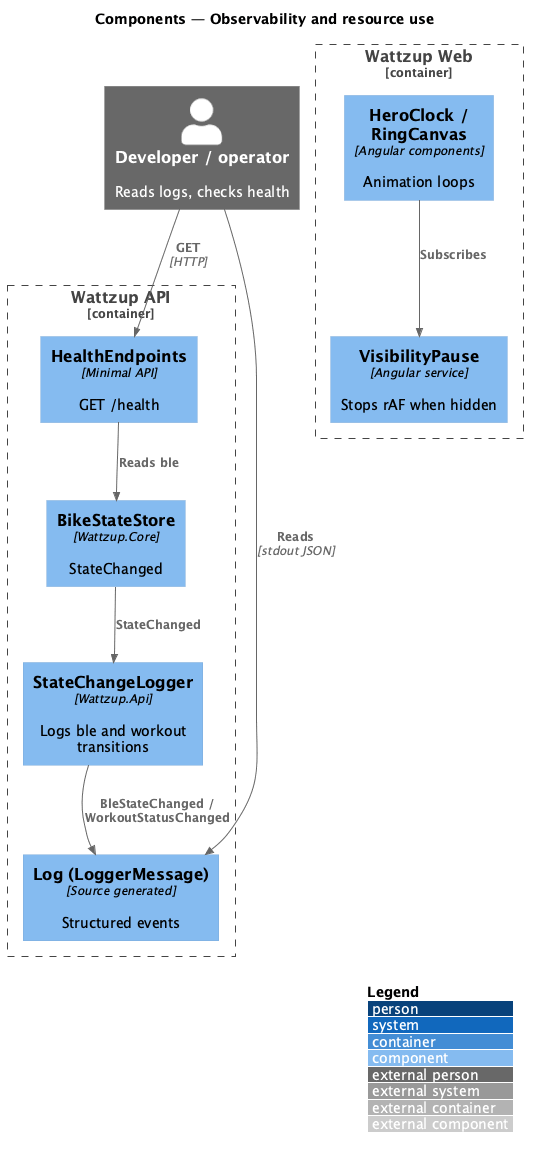
The PlantUML diagram docs/detailed-designs/platform/observability-and-resources/diagrams/c4-component.png in QuinntyneBrown/ride-one, before a commit. Source of this version:
```plantuml
@startuml
!include <C4/C4_Component>
LAYOUT_WITH_LEGEND()
title Components — Observability and resource use

Person_Ext(dev, "Developer / operator", "Reads logs, checks health")
Container_Boundary(api, "Wattzup API") {
  Component(store, "BikeStateStore", "Wattzup.Core", "StateChanged")
  Component(scl, "StateChangeLogger", "Wattzup.Api", "Logs ble and workout transitions")
  Component(log, "Log (LoggerMessage)", "Source generated", "Structured events")
  Component(health, "HealthEndpoints", "Minimal API", "GET /health")
}
Container_Boundary(web, "Wattzup Web") {
  Component(vis, "VisibilityPause", "Angular service", "Stops rAF when hidden")
  Component(anim, "HeroClock / RingCanvas", "Angular components", "Animation loops")
}

Rel(store, scl, "StateChanged")
Rel(scl, log, "BleStateChanged / WorkoutStatusChanged")
Rel(health, store, "Reads ble")
Rel(dev, health, "GET", "HTTP")
Rel(dev, log, "Reads", "stdout JSON")
Rel(anim, vis, "Subscribes")
@enduml
```
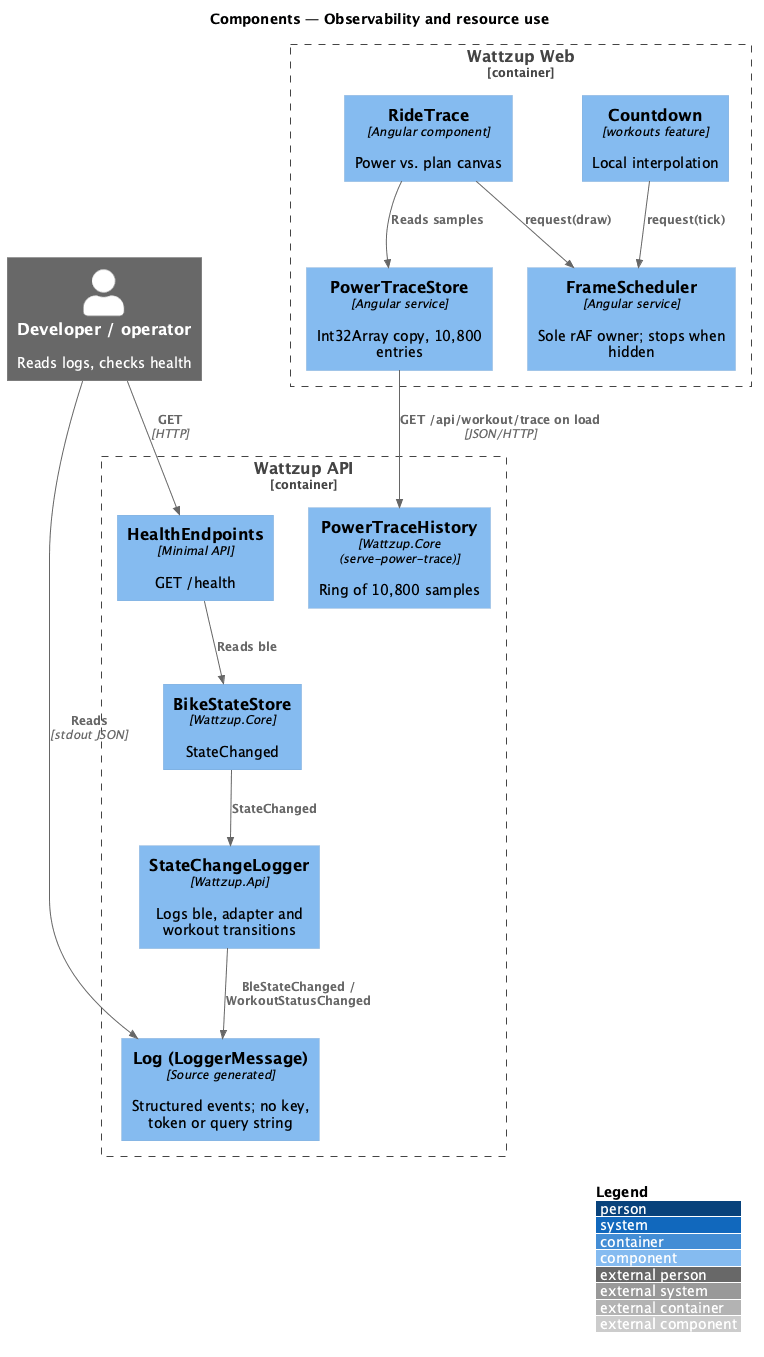
Above is the later version.

Change to the diagram source:
```diff
@@ -6,13 +6,16 @@
 Person_Ext(dev, "Developer / operator", "Reads logs, checks health")
 Container_Boundary(api, "Wattzup API") {
   Component(store, "BikeStateStore", "Wattzup.Core", "StateChanged")
-  Component(scl, "StateChangeLogger", "Wattzup.Api", "Logs ble and workout transitions")
-  Component(log, "Log (LoggerMessage)", "Source generated", "Structured events")
+  Component(scl, "StateChangeLogger", "Wattzup.Api", "Logs ble, adapter and workout transitions")
+  Component(log, "Log (LoggerMessage)", "Source generated", "Structured events; no key, token or query string")
   Component(health, "HealthEndpoints", "Minimal API", "GET /health")
+  Component(hist, "PowerTraceHistory", "Wattzup.Core (serve-power-trace)", "Ring of 10,800 samples")
 }
 Container_Boundary(web, "Wattzup Web") {
-  Component(vis, "VisibilityPause", "Angular service", "Stops rAF when hidden")
-  Component(anim, "HeroClock / RingCanvas", "Angular components", "Animation loops")
+  Component(frames, "FrameScheduler", "Angular service", "Sole rAF owner; stops when hidden")
+  Component(trace, "RideTrace", "Angular component", "Power vs. plan canvas")
+  Component(countdown, "Countdown", "workouts feature", "Local interpolation")
+  Component(pts, "PowerTraceStore", "Angular service", "Int32Array copy, 10,800 entries")
 }
 
 Rel(store, scl, "StateChanged")
@@ -20,5 +23,8 @@
 Rel(health, store, "Reads ble")
 Rel(dev, health, "GET", "HTTP")
 Rel(dev, log, "Reads", "stdout JSON")
-Rel(anim, vis, "Subscribes")
+Rel(trace, frames, "request(draw)")
+Rel(countdown, frames, "request(tick)")
+Rel(trace, pts, "Reads samples")
+Rel(pts, hist, "GET /api/workout/trace on load", "JSON/HTTP")
 @enduml
```
